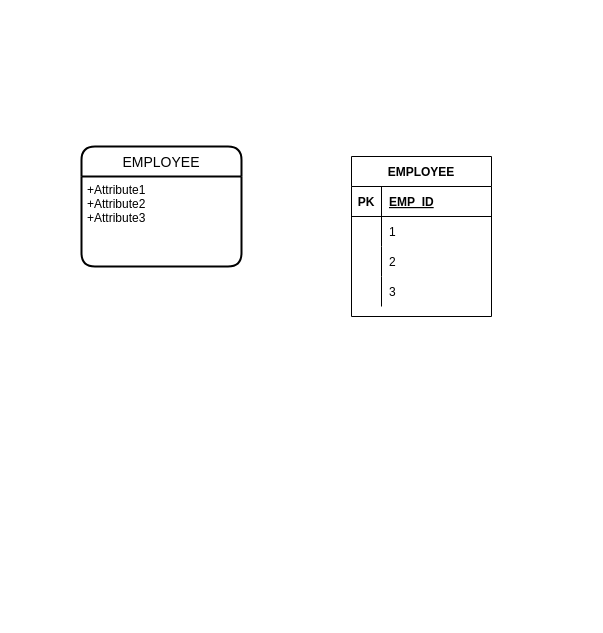
This is ER_CA1.drawio from LucasHxC/webdev_lab, a draw.io file, before an edit. Source tidied: cells renumbered, new cells numbered last; positions are measured from the earlier drawing's top-left corner, leaving out a move shared by most shapes. Both pictures are drawn from the tidied source at 100%, with x=0, y=0 at pixel (81, 146).
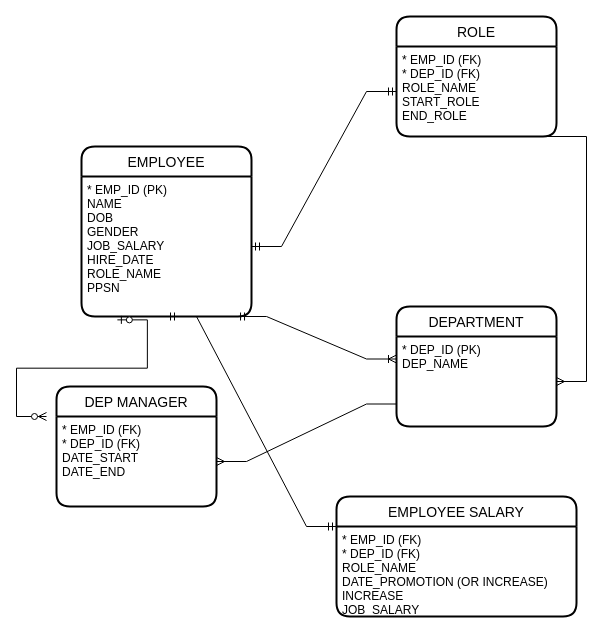
Above is the later version.

Change to the diagram source:
```diff
@@
     <mxCell id="2" value="EMPLOYEE" style="swimlane;horizontal=1;startSize=30;rounded=1;fontSize=14;fontStyle=0;strokeWidth=2;shadow=0;dashed=0;align=center;" parent="1" vertex="1">
-      <mxGeometry width="160" height="120" as="geometry" />
+      <mxGeometry width="170" height="170" as="geometry" />
     </mxCell>
-    <mxCell id="3" value="+Attribute1&#10;+Attribute2&#10;+Attribute3" style="align=left;strokeColor=none;fillColor=none;spacingLeft=4;fontSize=12;verticalAlign=top;" parent="2" vertex="1">
-      <mxGeometry y="30" width="160" height="90" as="geometry" />
+    <mxCell id="3" value="* EMP_ID (PK)&#10;NAME&#10;DOB&#10;GENDER&#10;JOB_SALARY&#10;HIRE_DATE&#10;ROLE_NAME&#10;PPSN&#10;" style="align=left;strokeColor=none;fillColor=none;spacingLeft=4;fontSize=12;verticalAlign=top;" parent="2" vertex="1">
+      <mxGeometry y="30" width="170" height="140" as="geometry" />
     </mxCell>
-    <mxCell id="4" value="EMPLOYEE" style="shape=table;startSize=30;childLayout=tableLayout;rowLines=0;fontStyle=1;align=center;" parent="1" vertex="1">
-      <mxGeometry x="270" y="10" width="140" height="160" as="geometry" />
-    </mxCell>
-    <mxCell id="5" style="shape=tableRow;horizontal=0;startSize=0;swimlaneHead=0;swimlaneBody=0;fillColor=none;top=0;left=0;right=0;bottom=1;" parent="4" vertex="1">
-      <mxGeometry y="30" width="140" height="30" as="geometry" />
-    </mxCell>
-    <mxCell id="6" value="PK" style="shape=partialRectangle;fillColor=none;top=0;left=0;bottom=0;right=0;fontStyle=1;overflow=hidden;" parent="5" vertex="1">
-      <mxGeometry width="30" height="30" as="geometry" />
-    </mxCell>
-    <mxCell id="7" value="EMP_ID" style="shape=partialRectangle;fillColor=none;top=0;left=0;bottom=0;right=0;align=left;spacingLeft=6;fontStyle=5;overflow=hidden;" parent="5" vertex="1">
-      <mxGeometry x="30" width="110" height="30" as="geometry" />
-    </mxCell>
-    <mxCell id="8" style="shape=tableRow;horizontal=0;startSize=0;swimlaneHead=0;swimlaneBody=0;fillColor=none;top=0;left=0;right=0;bottom=0;" parent="4" vertex="1">
-      <mxGeometry y="60" width="140" height="30" as="geometry" />
-    </mxCell>
-    <mxCell id="9" style="shape=partialRectangle;fillColor=none;top=0;left=0;bottom=0;right=0;overflow=hidden;" parent="8" vertex="1">
-      <mxGeometry width="30" height="30" as="geometry" />
-    </mxCell>
-    <mxCell id="10" value="1" style="shape=partialRectangle;fillColor=none;top=0;left=0;bottom=0;right=0;align=left;spacingLeft=6;overflow=hidden;" parent="8" vertex="1">
-      <mxGeometry x="30" width="110" height="30" as="geometry" />
-    </mxCell>
-    <mxCell id="11" style="shape=tableRow;horizontal=0;startSize=0;swimlaneHead=0;swimlaneBody=0;fillColor=none;top=0;left=0;right=0;bottom=0;" parent="4" vertex="1">
-      <mxGeometry y="90" width="140" height="30" as="geometry" />
-    </mxCell>
-    <mxCell id="12" style="shape=partialRectangle;fillColor=none;top=0;left=0;bottom=0;right=0;overflow=hidden;" parent="11" vertex="1">
-      <mxGeometry width="30" height="30" as="geometry" />
-    </mxCell>
-    <mxCell id="13" value="2" style="shape=partialRectangle;fillColor=none;top=0;left=0;bottom=0;right=0;align=left;spacingLeft=6;overflow=hidden;" parent="11" vertex="1">
-      <mxGeometry x="30" width="110" height="30" as="geometry" />
-    </mxCell>
-    <mxCell id="14" style="shape=tableRow;horizontal=0;startSize=0;swimlaneHead=0;swimlaneBody=0;fillColor=none;top=0;left=0;right=0;bottom=0;" parent="4" vertex="1">
-      <mxGeometry y="120" width="140" height="30" as="geometry" />
-    </mxCell>
-    <mxCell id="15" style="shape=partialRectangle;fillColor=none;top=0;left=0;bottom=0;right=0;overflow=hidden;" parent="14" vertex="1">
-      <mxGeometry width="30" height="30" as="geometry" />
-    </mxCell>
-    <mxCell id="16" value="3" style="shape=partialRectangle;fillColor=none;top=0;left=0;bottom=0;right=0;align=left;spacingLeft=6;overflow=hidden;" parent="14" vertex="1">
-      <mxGeometry x="30" width="110" height="30" as="geometry" />
-    </mxCell>
+    <mxCell id="17" style="edgeStyle=orthogonalEdgeStyle;rounded=0;orthogonalLoop=1;jettySize=auto;html=1;exitX=0.5;exitY=1;exitDx=0;exitDy=0;" parent="2" edge="1" source="3" target="3">
+      <mxGeometry relative="1" as="geometry" />
+    </mxCell>
+    <mxCell id="18" style="edgeStyle=orthogonalEdgeStyle;rounded=0;orthogonalLoop=1;jettySize=auto;html=1;exitX=0.5;exitY=1;exitDx=0;exitDy=0;" parent="2" edge="1" source="3" target="3">
+      <mxGeometry relative="1" as="geometry" />
+    </mxCell>
+    <mxCell id="19" value="ROLE" style="swimlane;horizontal=1;startSize=30;rounded=1;fontSize=14;fontStyle=0;strokeWidth=2;shadow=0;dashed=0;align=center;" parent="1" vertex="1">
+      <mxGeometry x="315" y="-130" width="160" height="120" as="geometry" />
+    </mxCell>
+    <mxCell id="20" value="* EMP_ID (FK)&#10;* DEP_ID (FK)&#10;ROLE_NAME&#10;START_ROLE&#10;END_ROLE" style="align=left;strokeColor=none;fillColor=none;spacingLeft=4;fontSize=12;verticalAlign=top;" parent="19" vertex="1">
+      <mxGeometry y="30" width="160" height="90" as="geometry" />
+    </mxCell>
+    <mxCell id="21" value="DEPARTMENT" style="swimlane;horizontal=1;startSize=30;rounded=1;fontSize=14;fontStyle=0;strokeWidth=2;shadow=0;dashed=0;align=center;" parent="1" vertex="1">
+      <mxGeometry x="315" y="160" width="160" height="120" as="geometry" />
+    </mxCell>
+    <mxCell id="22" value="* DEP_ID (PK)&#10;DEP_NAME" style="align=left;strokeColor=none;fillColor=none;spacingLeft=4;fontSize=12;verticalAlign=top;" parent="21" vertex="1">
+      <mxGeometry y="30" width="160" height="90" as="geometry" />
+    </mxCell>
+    <mxCell id="23" value="DEP MANAGER" style="swimlane;horizontal=1;startSize=30;rounded=1;fontSize=14;fontStyle=0;strokeWidth=2;shadow=0;dashed=0;align=center;" parent="1" vertex="1">
+      <mxGeometry x="-25" y="240" width="160" height="120" as="geometry" />
+    </mxCell>
+    <mxCell id="24" value="* EMP_ID (FK)&#10;* DEP_ID (FK)&#10;DATE_START&#10;DATE_END" style="align=left;strokeColor=none;fillColor=none;spacingLeft=4;fontSize=12;verticalAlign=top;" parent="23" vertex="1">
+      <mxGeometry y="30" width="160" height="90" as="geometry" />
+    </mxCell>
+    <mxCell id="25" value="EMPLOYEE SALARY" style="swimlane;horizontal=1;startSize=30;rounded=1;fontSize=14;fontStyle=0;strokeWidth=2;shadow=0;dashed=0;align=center;" parent="1" vertex="1">
+      <mxGeometry x="255" y="350" width="240" height="120" as="geometry" />
+    </mxCell>
+    <mxCell id="26" value="* EMP_ID (FK)&#10;* DEP_ID (FK)&#10;ROLE_NAME&#10;DATE_PROMOTION (OR INCREASE)&#10;INCREASE&#10;JOB_SALARY" style="align=left;strokeColor=none;fillColor=none;spacingLeft=4;fontSize=12;verticalAlign=top;" parent="25" vertex="1">
+      <mxGeometry y="30" width="240" height="90" as="geometry" />
+    </mxCell>
+    <mxCell id="27" style="edgeStyle=entityRelationEdgeStyle;fontSize=12;html=1;endArrow=ERmandOne;startArrow=ERmandOne;rounded=0;exitX=1;exitY=0.5;exitDx=0;exitDy=0;entryX=0;entryY=0.5;entryDx=0;entryDy=0;" parent="1" edge="1" source="3" target="20">
+      <mxGeometry relative="1" as="geometry" />
+    </mxCell>
+    <mxCell id="28" style="edgeStyle=entityRelationEdgeStyle;fontSize=12;html=1;endArrow=ERoneToMany;startArrow=ERmandOne;rounded=0;exitX=0.912;exitY=1;exitDx=0;exitDy=0;entryX=0;entryY=0.25;entryDx=0;entryDy=0;exitPerimeter=0;" parent="1" edge="1" source="3" target="22">
+      <mxGeometry relative="1" as="geometry" />
+    </mxCell>
+    <mxCell id="29" style="edgeStyle=entityRelationEdgeStyle;fontSize=12;html=1;endArrow=ERmandOne;startArrow=ERmandOne;rounded=0;exitX=0.5;exitY=1;exitDx=0;exitDy=0;entryX=0;entryY=0.25;entryDx=0;entryDy=0;" parent="1" edge="1" source="3" target="25">
+      <mxGeometry relative="1" as="geometry" />
+    </mxCell>
+    <mxCell id="30" style="edgeStyle=entityRelationEdgeStyle;fontSize=12;html=1;endArrow=ERmany;rounded=0;entryX=1;entryY=0.5;entryDx=0;entryDy=0;exitX=0;exitY=0.75;exitDx=0;exitDy=0;" parent="1" edge="1" source="22" target="24">
+      <mxGeometry relative="1" as="geometry" />
+    </mxCell>
+    <mxCell id="31" style="edgeStyle=entityRelationEdgeStyle;fontSize=12;html=1;endArrow=ERmany;rounded=0;exitX=0.5;exitY=1;exitDx=0;exitDy=0;" parent="1" edge="1" source="20" target="22">
+      <mxGeometry relative="1" as="geometry" />
+    </mxCell>
+    <mxCell id="32" style="edgeStyle=entityRelationEdgeStyle;fontSize=12;html=1;endArrow=ERzeroToMany;startArrow=ERzeroToOne;rounded=0;exitX=0.211;exitY=1.024;exitDx=0;exitDy=0;exitPerimeter=0;" parent="1" edge="1" source="3">
+      <mxGeometry relative="1" as="geometry">
+        <mxPoint x="-35" y="270" as="targetPoint" />
+      </mxGeometry>
+    </mxCell>
```
